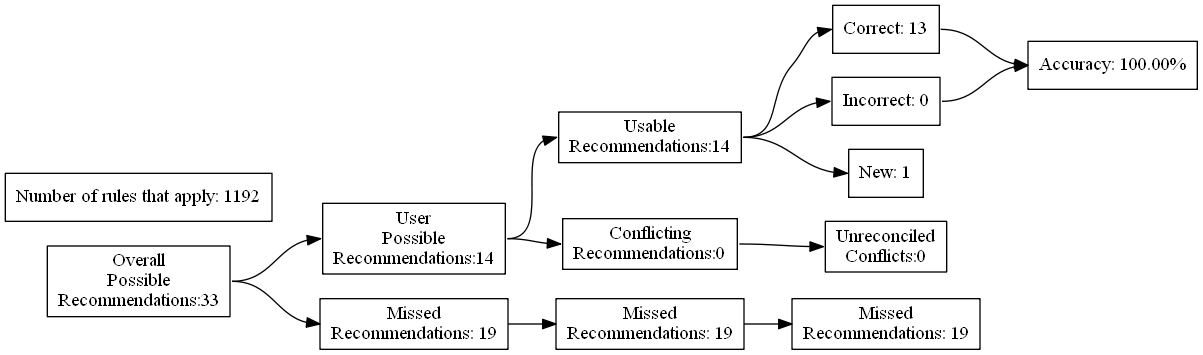
Earlier version of the Graphviz export test_renders/55.gv.png (ZaxR/ibd_diet_analysis). Its source is kept beside it as test_renders/55.gv.
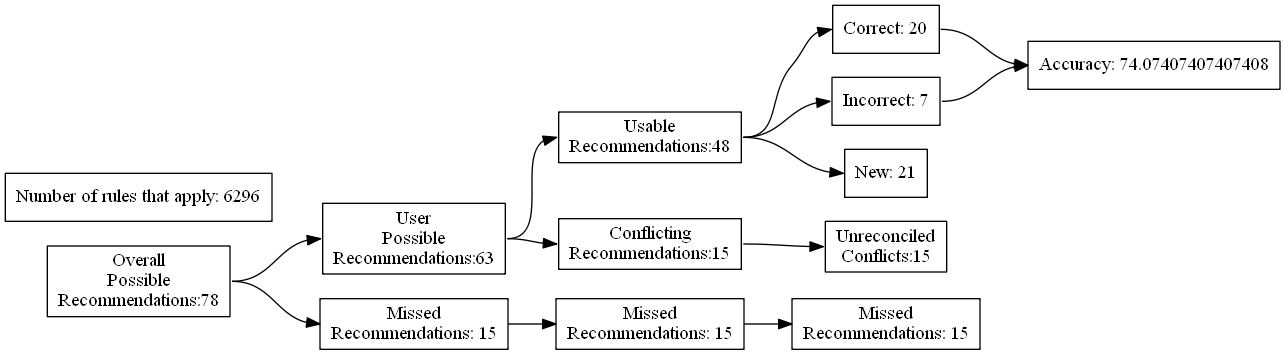
The same file after the commit.

Change to the diagram source:
```diff
@@ -4,27 +4,27 @@
 	edge [headport=w tailport=e]
 		A [label="Overall
 Possible
-Recommendations:33"]
+Recommendations:78"]
 		B [label="User
 Possible
-Recommendations:14"]
+Recommendations:63"]
 		C [label="Missed
-Recommendations: 19"]
+Recommendations: 15"]
 		D [label="Usable
-Recommendations:14"]
+Recommendations:48"]
 		E [label="Conflicting
-Recommendations:0"]
+Recommendations:15"]
 		J [label="Missed
-Recommendations: 19"]
+Recommendations: 15"]
 		M [label="Unreconciled
-Conflicts:0"]
-		F [label="Correct: 13"]
-		G [label="Incorrect: 0"]
-		H [label="New: 1"]
+Conflicts:15"]
+		F [label="Correct: 20"]
+		G [label="Incorrect: 7"]
+		H [label="New: 21"]
 		K [label="Missed
-Recommendations: 19"]
-		I [label="Accuracy: 100.00%"]
-		l [label="Number of rules that apply: 1192"]
+Recommendations: 15"]
+		I [label="Accuracy: 74.07407407407408"]
+		l [label="Number of rules that apply: 6296"]
 			A -> B
 			A -> C
 			B -> D
```
